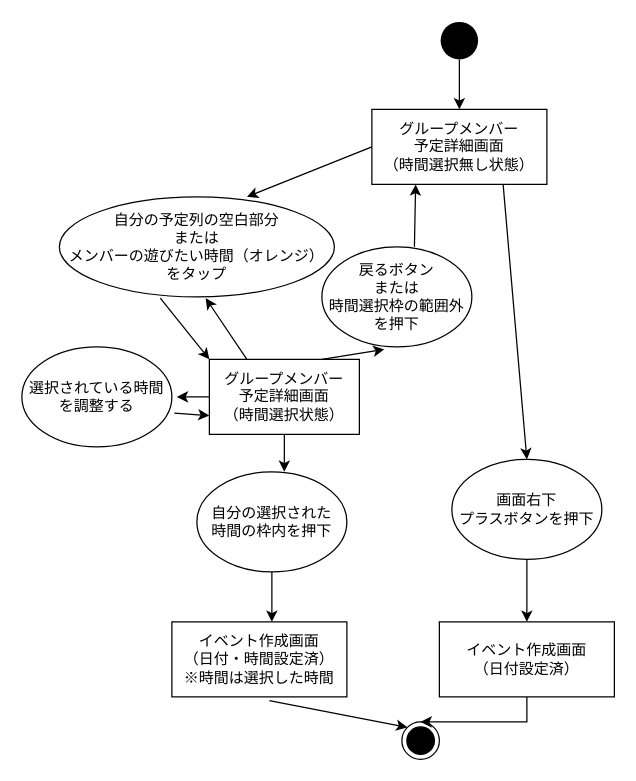
kotatsu828/UML keeps this draw.io diagram as makeGroupEvent.drawio. Above is the earlier version. Source tidied: cells renumbered, new cells numbered last; positions are measured from the earlier drawing's top-left corner, leaving out a move shared by most shapes. Both pictures are drawn from the tidied source at 125%, with x=0, y=0 at pixel (21, 21).
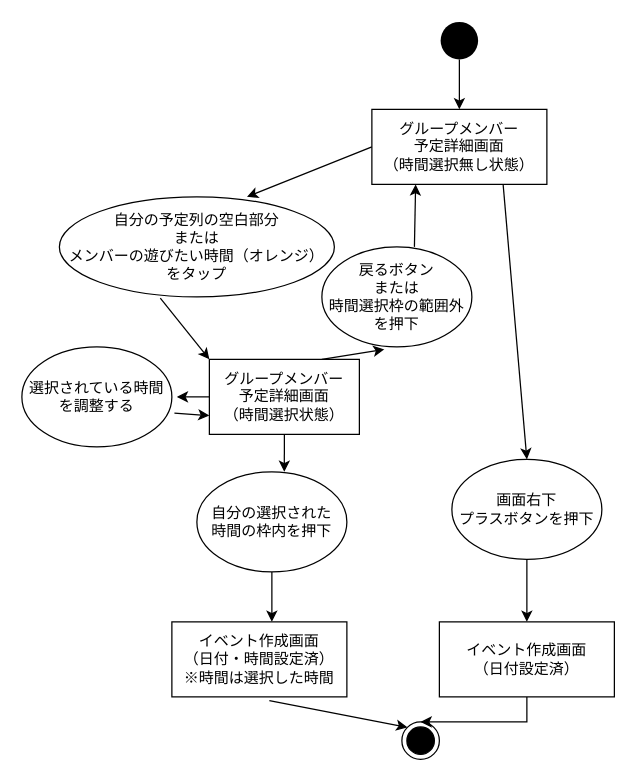
Above is the later version.

Unchanged cells that the change refers to:
```xml
<mxCell id="4" value="自分の予定列の空白部分&lt;br&gt;または&lt;br&gt;メンバーの遊びたい時間（オレンジ）&lt;br&gt;をタップ" style="ellipse;whiteSpace=wrap;html=1;" parent="1" vertex="1">
  <mxGeometry x="30" y="140" width="220" height="80" as="geometry" />
</mxCell>
<mxCell id="9" value="グループメンバー&lt;br&gt;予定詳細画面&lt;br&gt;&lt;span&gt;（時間選択状態）&lt;br&gt;&lt;/span&gt;" style="rounded=0;whiteSpace=wrap;html=1;" parent="1" vertex="1">
  <mxGeometry x="150" y="270" width="120" height="60" as="geometry" />
</mxCell>
```

The edit, as a diff of the source:
```diff
@@
-    <mxCell id="22" style="endArrow=classic;html=1;exitX=0.25;exitY=0;exitDx=0;exitDy=0;entryX=0.532;entryY=1.013;entryDx=0;entryDy=0;entryPerimeter=0;" parent="1" edge="1" source="9" target="4">
-      <mxGeometry relative="1" as="geometry" />
-    </mxCell>
```
